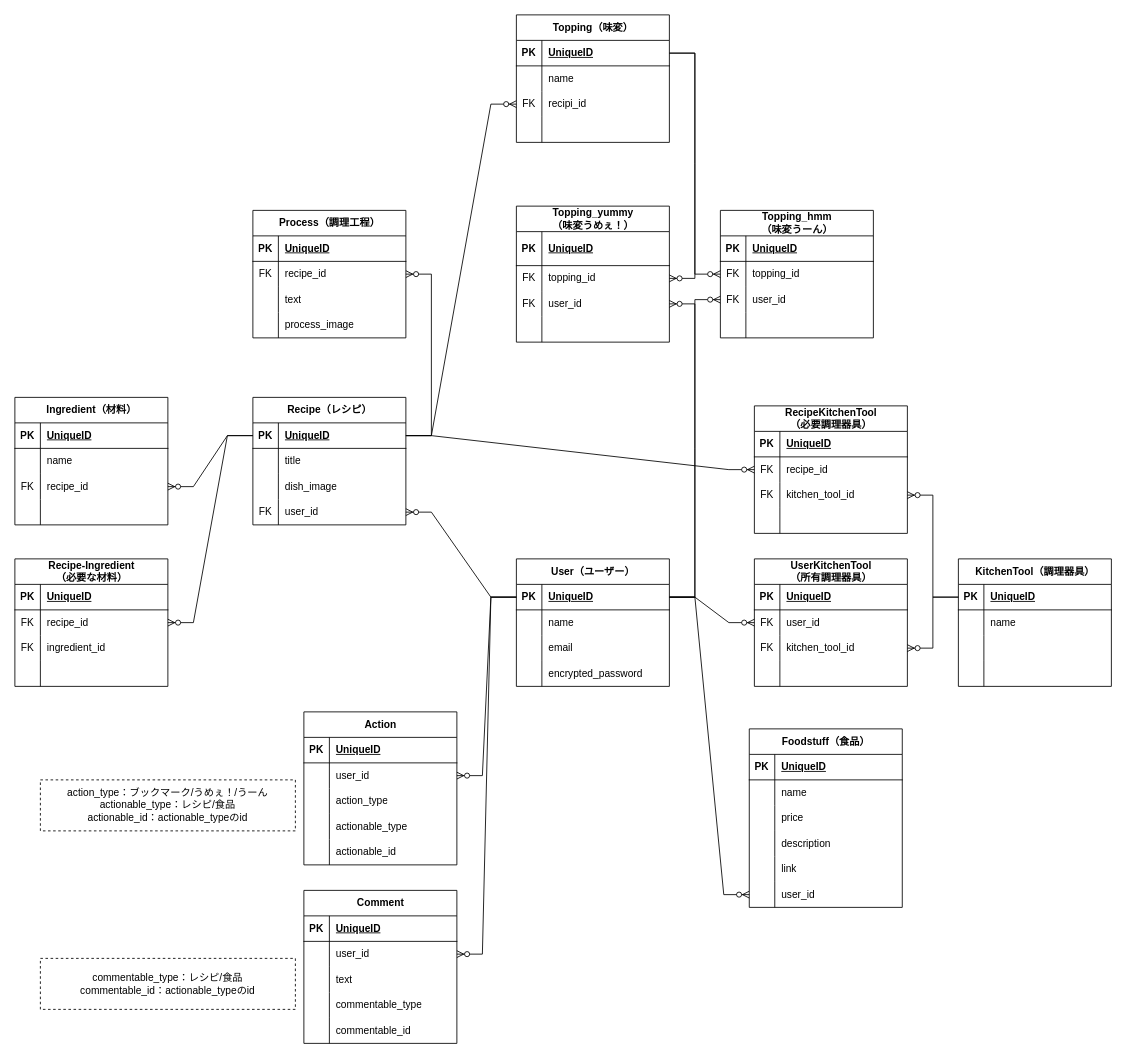
ankoro-mochi24/portfolio keeps this draw.io diagram as E.R.Diagram_primorphic.drawio. Above is the earlier version. Source tidied: cells renumbered, new cells numbered last; positions are measured from the earlier drawing's top-left corner, leaving out a move shared by most shapes. Both pictures are drawn from the tidied source at 85%, with x=0, y=0 at pixel (14, -109).
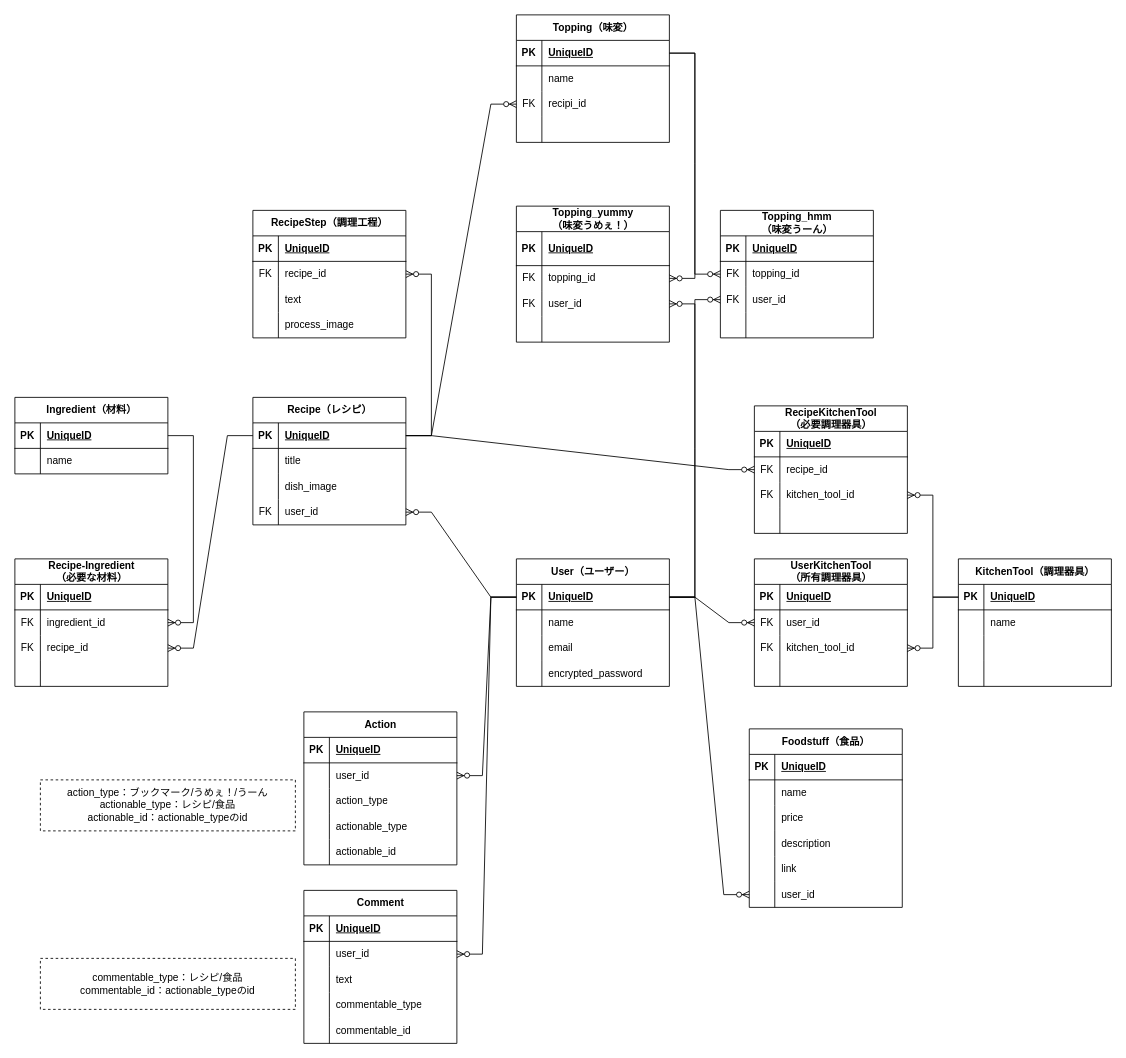
After the change.

Unchanged cells that the change refers to:
```xml
<mxCell id="16" style="shape=tableRow;horizontal=0;startSize=0;swimlaneHead=0;swimlaneBody=0;fillColor=none;points=[[0,0.5],[1,0.5]];portConstraint=eastwest;top=0;left=0;right=0;bottom=1;" parent="15" vertex="1">
  <mxGeometry y="30" width="180" height="30" as="geometry" />
</mxCell>
<mxCell id="87" style="shape=tableRow;horizontal=0;startSize=0;swimlaneHead=0;swimlaneBody=0;fillColor=none;points=[[0,0.5],[1,0.5]];portConstraint=eastwest;top=0;left=0;right=0;bottom=1;" parent="86" vertex="1">
  <mxGeometry y="30" width="180" height="30" as="geometry" />
</mxCell>
<mxCell id="151" value="Recipe-Ingredient &lt;br&gt;（必要な材料）" style="shape=table;startSize=30;childLayout=tableLayout;rowLines=0;fontStyle=1;align=center;html=1;" parent="1" vertex="1">
  <mxGeometry y="785" width="180" height="150" as="geometry" />
</mxCell>
```

What changed in the source:
```diff
@@
-    <mxCell id="73" value="Process（調理工程）" style="shape=table;startSize=30;childLayout=tableLayout;rowLines=0;fontStyle=1;align=center;html=1;" parent="1" vertex="1">
+    <mxCell id="73" value="RecipeStep（調理工程）" style="shape=table;startSize=30;childLayout=tableLayout;rowLines=0;fontStyle=1;align=center;html=1;" parent="1" vertex="1">
       <mxGeometry x="280" y="375" width="180" height="150" as="geometry" />
     </mxCell>
@@
     <mxCell id="86" value="Ingredient（材料）" style="shape=table;startSize=30;childLayout=tableLayout;rowLines=0;fontStyle=1;align=center;html=1;" parent="1" vertex="1">
-      <mxGeometry y="595" width="180" height="150" as="geometry" />
+      <mxGeometry y="595" width="180" height="90" as="geometry" />
     </mxCell>
@@
-    <mxCell id="93" style="shape=tableRow;horizontal=0;startSize=0;swimlaneHead=0;swimlaneBody=0;fillColor=none;points=[[0,0.5],[1,0.5]];portConstraint=eastwest;top=0;left=0;right=0;bottom=0;" parent="86" vertex="1">
-      <mxGeometry y="90" width="180" height="30" as="geometry" />
-    </mxCell>
-    <mxCell id="94" value="FK" style="shape=partialRectangle;fillColor=none;top=0;left=0;bottom=0;right=0;overflow=hidden;whiteSpace=wrap;html=1;" parent="93" vertex="1">
-      <mxGeometry width="30" height="30" as="geometry" />
-    </mxCell>
-    <mxCell id="95" value="recipe_id" style="shape=partialRectangle;fillColor=none;top=0;left=0;bottom=0;right=0;align=left;spacingLeft=6;overflow=hidden;whiteSpace=wrap;html=1;" parent="93" vertex="1">
-      <mxGeometry x="30" width="150" height="30" as="geometry" />
-    </mxCell>
-    <mxCell id="96" style="shape=tableRow;horizontal=0;startSize=0;swimlaneHead=0;swimlaneBody=0;fillColor=none;top=0;left=0;right=0;bottom=0;" parent="86" vertex="1">
-      <mxGeometry y="120" width="180" height="30" as="geometry" />
-    </mxCell>
-    <mxCell id="97" style="shape=partialRectangle;fillColor=none;top=0;left=0;bottom=0;right=0;overflow=hidden;whiteSpace=wrap;html=1;" parent="96" vertex="1">
-      <mxGeometry width="30" height="30" as="geometry" />
-    </mxCell>
-    <mxCell id="98" style="shape=partialRectangle;fillColor=none;top=0;left=0;bottom=0;right=0;align=left;spacingLeft=6;overflow=hidden;whiteSpace=wrap;html=1;" parent="96" vertex="1">
-      <mxGeometry x="30" width="150" height="30" as="geometry" />
-    </mxCell>
@@
+    <mxCell id="158" style="shape=tableRow;horizontal=0;startSize=0;swimlaneHead=0;swimlaneBody=0;fillColor=none;points=[[0,0.5],[1,0.5]];portConstraint=eastwest;top=0;left=0;right=0;bottom=0;" parent="151" vertex="1">
+      <mxGeometry y="60" width="180" height="30" as="geometry" />
+    </mxCell>
+    <mxCell id="159" value="FK" style="shape=partialRectangle;fillColor=none;top=0;left=0;bottom=0;right=0;overflow=hidden;whiteSpace=wrap;html=1;" parent="158" vertex="1">
+      <mxGeometry width="30" height="30" as="geometry" />
+    </mxCell>
+    <mxCell id="160" value="ingredient_id" style="shape=partialRectangle;fillColor=none;top=0;left=0;bottom=0;right=0;align=left;spacingLeft=6;overflow=hidden;whiteSpace=wrap;html=1;" parent="158" vertex="1">
+      <mxGeometry x="30" width="150" height="30" as="geometry" />
+    </mxCell>
     <mxCell id="155" style="shape=tableRow;horizontal=0;startSize=0;swimlaneHead=0;swimlaneBody=0;fillColor=none;points=[[0,0.5],[1,0.5]];portConstraint=eastwest;top=0;left=0;right=0;bottom=0;" parent="151" vertex="1">
-      <mxGeometry y="60" width="180" height="30" as="geometry" />
+      <mxGeometry y="90" width="180" height="30" as="geometry" />
     </mxCell>
@@
-    <mxCell id="158" style="shape=tableRow;horizontal=0;startSize=0;swimlaneHead=0;swimlaneBody=0;fillColor=none;points=[[0,0.5],[1,0.5]];portConstraint=eastwest;top=0;left=0;right=0;bottom=0;" parent="151" vertex="1">
-      <mxGeometry y="90" width="180" height="30" as="geometry" />
-    </mxCell>
-    <mxCell id="159" value="FK" style="shape=partialRectangle;fillColor=none;top=0;left=0;bottom=0;right=0;overflow=hidden;whiteSpace=wrap;html=1;" parent="158" vertex="1">
-      <mxGeometry width="30" height="30" as="geometry" />
-    </mxCell>
-    <mxCell id="160" value="ingredient_id" style="shape=partialRectangle;fillColor=none;top=0;left=0;bottom=0;right=0;align=left;spacingLeft=6;overflow=hidden;whiteSpace=wrap;html=1;" parent="158" vertex="1">
-      <mxGeometry x="30" width="150" height="30" as="geometry" />
-    </mxCell>
@@
-    <mxCell id="189" style="edgeStyle=entityRelationEdgeStyle;fontSize=12;html=1;endArrow=ERzeroToMany;endFill=1;rounded=0;entryX=1;entryY=0.5;entryDx=0;entryDy=0;" parent="1" edge="1" source="16" target="93">
+    <mxCell id="189" style="edgeStyle=entityRelationEdgeStyle;fontSize=12;html=1;endArrow=ERzeroToMany;endFill=1;rounded=0;" parent="1" edge="1" source="87" target="158">
       <mxGeometry relative="1" as="geometry">
         <Array as="points">
           <mxPoint x="1200" y="410" />
           <mxPoint x="790" y="565" />
         </Array>
       </mxGeometry>
     </mxCell>
```
